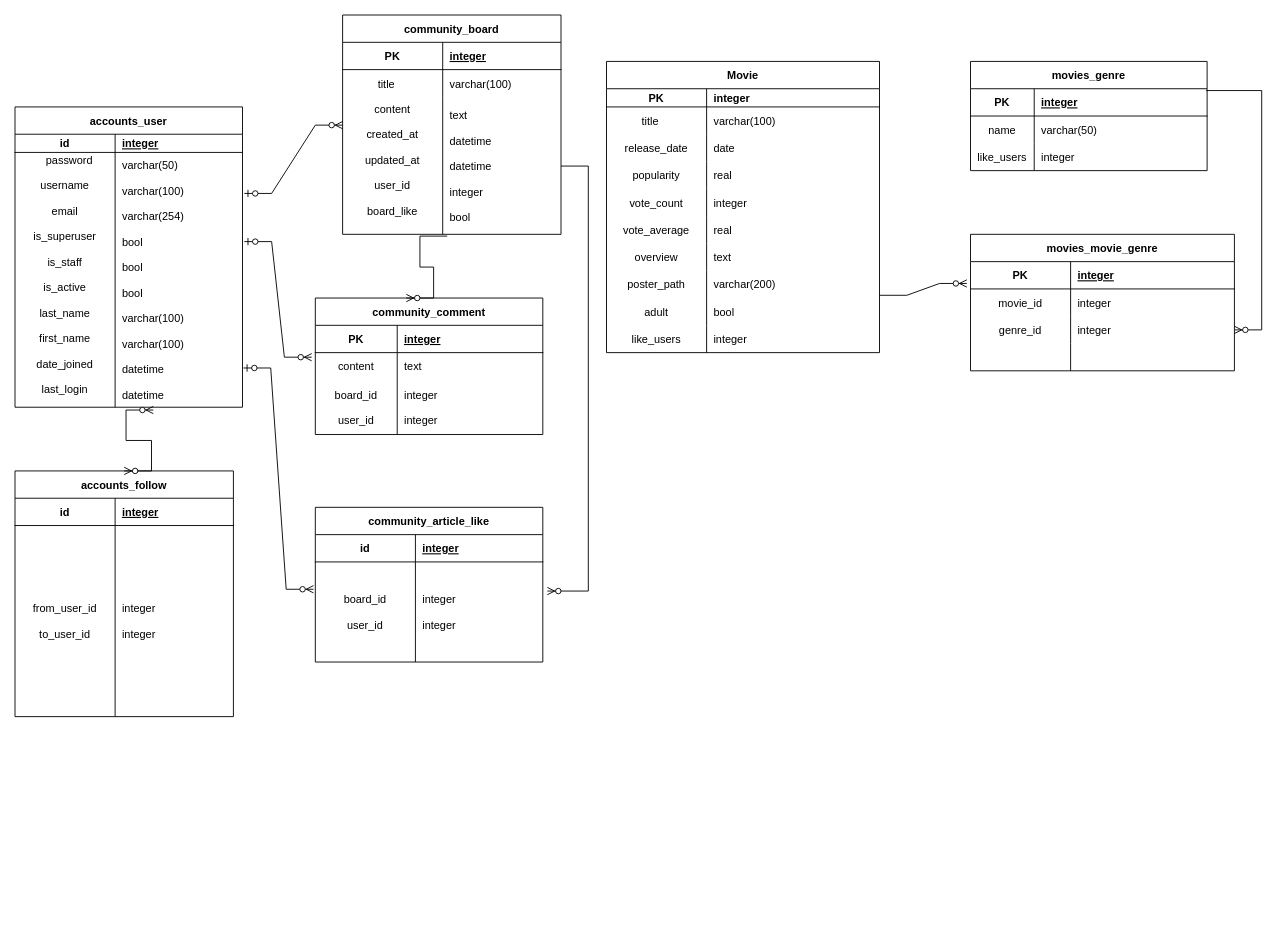
The draw.io diagram 제목 없는 다이어그램.drawio in hunsang-you/algo_prac, before the edit. Source tidied: cells renumbered, new cells numbered last; positions are measured from the earlier drawing's top-left corner, leaving out a move shared by most shapes. Both pictures are drawn from the tidied source at 91%, with x=0, y=0 at pixel (15, 15).
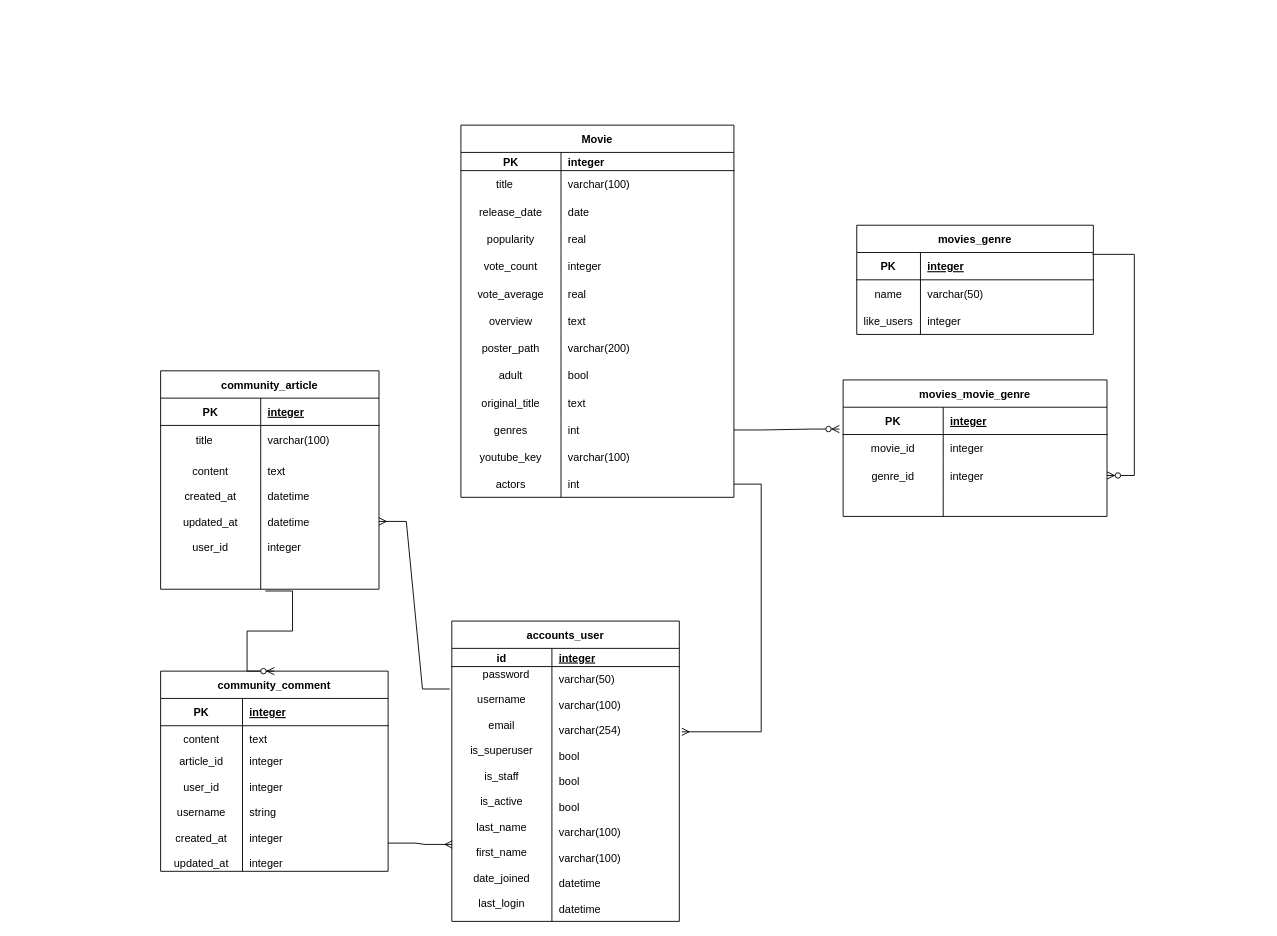
Above is the later version.

Commit message:
제목 없는 다이어그램.drawio 업데이트

The change refers to these unchanged cells:
```xml
<mxCell id="16" style="shape=partialRectangle;fillColor=none;points=[[0,0.5],[1,0.5]];portConstraint=eastwest;top=0;left=0;right=0;bottom=0;" parent="12" vertex="1">
  <mxGeometry y="60" width="250" height="30" as="geometry" />
</mxCell>
<mxCell id="26" style="shape=partialRectangle;fillColor=none;points=[[0,0.5],[1,0.5]];portConstraint=eastwest;top=0;left=0;right=0;bottom=0;" parent="22" vertex="1">
  <mxGeometry y="50" width="250" height="280" as="geometry" />
</mxCell>
<mxCell id="74" style="shape=tableRow;horizontal=0;startSize=0;swimlaneHead=0;swimlaneBody=0;fillColor=none;points=[[0,0.5],[1,0.5]];portConstraint=eastwest;top=0;left=0;right=0;bottom=0;strokeColor=default;fontFamily=Helvetica;fontSize=12;fontColor=default;" parent="49" vertex="1">
  <mxGeometry y="260" width="300" height="30" as="geometry" />
</mxCell>
<mxCell id="77" style="shape=tableRow;horizontal=0;startSize=0;swimlaneHead=0;swimlaneBody=0;fillColor=none;top=0;left=0;right=0;bottom=0;" parent="49" vertex="1">
  <mxGeometry y="290" width="300" height="30" as="geometry" />
</mxCell>
<mxCell id="91" style="shape=tableRow;horizontal=0;startSize=0;swimlaneHead=0;swimlaneBody=0;fillColor=none;points=[[0,0.5],[1,0.5]];portConstraint=eastwest;top=0;left=0;right=0;bottom=1;strokeColor=default;fontFamily=Helvetica;fontSize=12;fontColor=default;" parent="90" vertex="1">
  <mxGeometry y="30" width="290" height="30" as="geometry" />
</mxCell>
```

What changed in the source:
```diff
@@
-    <mxCell id="2" value="community_board" style="shape=table;startSize=30;childLayout=tableLayout;rowLines=0;fontStyle=1;align=center;" parent="1" vertex="1">
-      <mxGeometry x="360" width="240" height="241" as="geometry" />
+    <mxCell id="2" value="community_article" style="shape=table;startSize=30;childLayout=tableLayout;rowLines=0;fontStyle=1;align=center;" parent="1" vertex="1">
+      <mxGeometry x="160" y="391" width="240" height="240" as="geometry" />
     </mxCell>
@@
     <mxCell id="9" style="shape=partialRectangle;fillColor=none;points=[[0,0.5],[1,0.5]];portConstraint=eastwest;top=0;left=0;right=0;bottom=0;" parent="2" vertex="1">
-      <mxGeometry y="91" width="240" height="150" as="geometry" />
+      <mxGeometry y="91" width="240" height="149" as="geometry" />
     </mxCell>
-    <mxCell id="10" value="content&#10;&#10;created_at&#10;&#10;updated_at&#10;&#10;user_id&#10;&#10;board_like&#10;" style="shape=partialRectangle;overflow=hidden;fillColor=none;top=0;left=0;bottom=0;right=0;" parent="9" vertex="1">
-      <mxGeometry width="110" height="150" as="geometry" />
+    <mxCell id="10" value="content&#10;&#10;created_at&#10;&#10;updated_at&#10;&#10;user_id&#10;&#10;" style="shape=partialRectangle;overflow=hidden;fillColor=none;top=0;left=0;bottom=0;right=0;" parent="9" vertex="1">
+      <mxGeometry width="110" height="149" as="geometry" />
     </mxCell>
-    <mxCell id="11" value="text&#10;&#10;datetime&#10;&#10;datetime&#10;&#10;integer&#10;&#10;bool" style="shape=partialRectangle;overflow=hidden;fillColor=none;top=0;left=0;bottom=0;right=0;align=left;spacingLeft=6;" parent="9" vertex="1">
-      <mxGeometry x="110" width="130" height="150" as="geometry" />
+    <mxCell id="11" value="text&#10;&#10;datetime&#10;&#10;datetime&#10;&#10;integer&#10;&#10;" style="shape=partialRectangle;overflow=hidden;fillColor=none;top=0;left=0;bottom=0;right=0;align=left;spacingLeft=6;" parent="9" vertex="1">
+      <mxGeometry x="110" width="130" height="149" as="geometry" />
     </mxCell>
     <mxCell id="12" value="community_comment" style="shape=table;startSize=30;childLayout=tableLayout;rowLines=0;fontStyle=1;align=center;" parent="1" vertex="1">
-      <mxGeometry x="330" y="311" width="250" height="150" as="geometry" />
+      <mxGeometry x="160" y="721" width="250" height="220" as="geometry" />
     </mxCell>
@@
     <mxCell id="19" style="shape=partialRectangle;fillColor=none;top=0;left=0;right=0;bottom=0;" parent="12" vertex="1">
-      <mxGeometry y="90" width="250" height="60" as="geometry" />
+      <mxGeometry y="90" width="250" height="130" as="geometry" />
     </mxCell>
-    <mxCell id="20" value="board_id&#10;&#10;user_id" style="shape=partialRectangle;overflow=hidden;fillColor=none;top=0;left=0;bottom=0;right=0;" parent="19" vertex="1">
-      <mxGeometry width="90" height="60" as="geometry" />
+    <mxCell id="20" value="article_id&#10;&#10;user_id&#10;&#10;username&#10;&#10;created_at&#10;&#10;updated_at" style="shape=partialRectangle;overflow=hidden;fillColor=none;top=0;left=0;bottom=0;right=0;" parent="19" vertex="1">
+      <mxGeometry width="90" height="130" as="geometry" />
     </mxCell>
-    <mxCell id="21" value="integer&#10;&#10;integer" style="shape=partialRectangle;overflow=hidden;fillColor=none;top=0;left=0;bottom=0;right=0;align=left;spacingLeft=6;" parent="19" vertex="1">
-      <mxGeometry x="90" width="160" height="60" as="geometry" />
+    <mxCell id="21" value="integer&#10;&#10;integer&#10;&#10;string&#10;&#10;&#10;&#10;" style="shape=partialRectangle;overflow=hidden;fillColor=none;top=0;left=0;bottom=0;right=0;align=left;spacingLeft=6;" parent="19" vertex="1">
+      <mxGeometry x="90" width="160" height="130" as="geometry" />
     </mxCell>
     <mxCell id="22" value="accounts_user" style="shape=table;startSize=30;childLayout=tableLayout;rowLines=0;fontStyle=1;align=center;" parent="1" vertex="1">
-      <mxGeometry y="101" width="250" height="330" as="geometry" />
+      <mxGeometry x="480" y="666" width="250" height="330" as="geometry" />
     </mxCell>
@@
-    <mxCell id="29" value="accounts_follow" style="shape=table;startSize=30;childLayout=tableLayout;rowLines=0;fontStyle=1;align=center;" parent="1" vertex="1">
-      <mxGeometry y="501" width="240" height="270" as="geometry" />
-    </mxCell>
-    <mxCell id="30" style="shape=partialRectangle;fillColor=none;top=0;left=0;right=0;bottom=1;" parent="29" vertex="1">
-      <mxGeometry y="30" width="240" height="30" as="geometry" />
-    </mxCell>
-    <mxCell id="31" value="id" style="shape=partialRectangle;overflow=hidden;fillColor=none;top=0;left=0;bottom=0;right=0;fontStyle=1;" parent="30" vertex="1">
-      <mxGeometry width="110" height="30" as="geometry" />
-    </mxCell>
-    <mxCell id="32" value="integer" style="shape=partialRectangle;overflow=hidden;fillColor=none;top=0;left=0;bottom=0;right=0;align=left;spacingLeft=6;fontStyle=5;" parent="30" vertex="1">
-      <mxGeometry x="110" width="130" height="30" as="geometry" />
-    </mxCell>
-    <mxCell id="33" style="shape=partialRectangle;fillColor=none;top=0;left=0;right=0;bottom=0;" parent="29" vertex="1">
-      <mxGeometry y="60" width="240" height="210" as="geometry" />
-    </mxCell>
-    <mxCell id="34" value="from_user_id&#10;&#10;to_user_id" style="shape=partialRectangle;overflow=hidden;fillColor=none;top=0;left=0;bottom=0;right=0;" parent="33" vertex="1">
-      <mxGeometry width="110" height="210" as="geometry" />
-    </mxCell>
-    <mxCell id="35" value="integer&#10;&#10;integer" style="shape=partialRectangle;overflow=hidden;fillColor=none;top=0;left=0;bottom=0;right=0;align=left;spacingLeft=6;" parent="33" vertex="1">
-      <mxGeometry x="110" width="130" height="210" as="geometry" />
-    </mxCell>
-    <mxCell id="36" value="community_article_like" style="shape=table;startSize=30;childLayout=tableLayout;rowLines=0;fontStyle=1;align=center;" parent="1" vertex="1">
-      <mxGeometry x="330" y="541" width="250" height="170" as="geometry" />
-    </mxCell>
-    <mxCell id="37" style="shape=partialRectangle;fillColor=none;top=0;left=0;right=0;bottom=1;" parent="36" vertex="1">
-      <mxGeometry y="30" width="250" height="30" as="geometry" />
-    </mxCell>
-    <mxCell id="38" value="id" style="shape=partialRectangle;overflow=hidden;fillColor=none;top=0;left=0;bottom=0;right=0;fontStyle=1;" parent="37" vertex="1">
-      <mxGeometry width="110" height="30" as="geometry" />
-    </mxCell>
-    <mxCell id="39" value="integer" style="shape=partialRectangle;overflow=hidden;fillColor=none;top=0;left=0;bottom=0;right=0;align=left;spacingLeft=6;fontStyle=5;" parent="37" vertex="1">
-      <mxGeometry x="110" width="140" height="30" as="geometry" />
-    </mxCell>
-    <mxCell id="40" style="shape=partialRectangle;fillColor=none;points=[[0,0.5],[1,0.5]];portConstraint=eastwest;top=0;left=0;right=0;bottom=0;" parent="36" vertex="1">
-      <mxGeometry y="60" width="250" height="110" as="geometry" />
-    </mxCell>
-    <mxCell id="41" value="board_id&#10;&#10;user_id" style="shape=partialRectangle;overflow=hidden;fillColor=none;top=0;left=0;bottom=0;right=0;" parent="40" vertex="1">
-      <mxGeometry width="110" height="110" as="geometry" />
-    </mxCell>
-    <mxCell id="42" value="integer&#10;&#10;integer" style="shape=partialRectangle;overflow=hidden;fillColor=none;top=0;left=0;bottom=0;right=0;align=left;spacingLeft=6;" parent="40" vertex="1">
-      <mxGeometry x="110" width="140" height="110" as="geometry" />
-    </mxCell>
-    <mxCell id="43" style="edgeStyle=entityRelationEdgeStyle;fontSize=12;html=1;endArrow=ERzeroToMany;endFill=1;rounded=0;fontFamily=Helvetica;fontColor=default;entryX=1.02;entryY=0.291;entryDx=0;entryDy=0;entryPerimeter=0;" parent="1" edge="1" source="9" target="40">
-      <mxGeometry relative="1" as="geometry" />
-    </mxCell>
-    <mxCell id="44" style="edgeStyle=entityRelationEdgeStyle;fontSize=12;html=1;endArrow=ERzeroToMany;endFill=1;rounded=0;fontFamily=Helvetica;fontColor=default;entryX=0.4;entryY=0;entryDx=0;entryDy=0;exitX=0.479;exitY=1.013;exitDx=0;exitDy=0;exitPerimeter=0;entryPerimeter=0;" parent="1" edge="1" source="9" target="12">
+    <mxCell id="44" style="edgeStyle=entityRelationEdgeStyle;fontSize=12;html=1;endArrow=ERzeroToMany;endFill=1;rounded=0;fontFamily=Helvetica;fontColor=default;exitX=0.479;exitY=1.013;exitDx=0;exitDy=0;exitPerimeter=0;entryX=0.5;entryY=0;entryDx=0;entryDy=0;" parent="1" edge="1" source="9" target="12">
       <mxGeometry relative="1" as="geometry" />
     </mxCell>
-    <mxCell id="45" style="edgeStyle=entityRelationEdgeStyle;fontSize=12;html=1;endArrow=ERzeroToMany;endFill=1;startArrow=ERzeroToMany;rounded=0;fontFamily=Helvetica;fontColor=default;exitX=0.5;exitY=0;exitDx=0;exitDy=0;entryX=0.608;entryY=1.011;entryDx=0;entryDy=0;entryPerimeter=0;" parent="1" edge="1" source="29" target="26">
-      <mxGeometry relative="1" as="geometry" />
-    </mxCell>
-    <mxCell id="46" style="edgeStyle=entityRelationEdgeStyle;fontSize=12;html=1;endArrow=ERzeroToMany;startArrow=ERzeroToOne;rounded=0;fontFamily=Helvetica;fontColor=default;exitX=1.008;exitY=0.161;exitDx=0;exitDy=0;exitPerimeter=0;" parent="1" edge="1" source="26">
-      <mxGeometry relative="1" as="geometry">
-        <mxPoint x="360" y="121" as="targetPoint" />
-      </mxGeometry>
-    </mxCell>
-    <mxCell id="47" style="edgeStyle=entityRelationEdgeStyle;fontSize=12;html=1;endArrow=ERzeroToMany;startArrow=ERzeroToOne;rounded=0;fontFamily=Helvetica;fontColor=default;exitX=1.008;exitY=0.35;exitDx=0;exitDy=0;exitPerimeter=0;entryX=-0.016;entryY=0.167;entryDx=0;entryDy=0;entryPerimeter=0;" parent="1" edge="1" source="26" target="16">
-      <mxGeometry relative="1" as="geometry" />
-    </mxCell>
-    <mxCell id="48" style="edgeStyle=entityRelationEdgeStyle;fontSize=12;html=1;endArrow=ERzeroToMany;startArrow=ERzeroToOne;rounded=0;fontFamily=Helvetica;fontColor=default;entryX=-0.008;entryY=0.273;entryDx=0;entryDy=0;entryPerimeter=0;exitX=1.004;exitY=0.846;exitDx=0;exitDy=0;exitPerimeter=0;" parent="1" edge="1" source="26" target="40">
-      <mxGeometry relative="1" as="geometry" />
-    </mxCell>
     <mxCell id="49" value="Movie" style="shape=table;startSize=30;childLayout=tableLayout;rowLines=0;fontStyle=1;align=center;strokeColor=default;fontFamily=Helvetica;fontSize=12;fontColor=default;fillColor=none;" parent="1" vertex="1">
-      <mxGeometry x="650" y="51" width="300" height="320" as="geometry" />
+      <mxGeometry x="490" y="121" width="300" height="409" as="geometry" />
     </mxCell>
@@
-    <mxCell id="78" value="like_users" style="shape=partialRectangle;fillColor=none;top=0;left=0;bottom=0;right=0;overflow=hidden;" parent="77" vertex="1">
+    <mxCell id="78" value="original_title" style="shape=partialRectangle;fillColor=none;top=0;left=0;bottom=0;right=0;overflow=hidden;" parent="77" vertex="1">
       <mxGeometry width="110" height="30" as="geometry" />
     </mxCell>
-    <mxCell id="79" value="integer" style="shape=partialRectangle;fillColor=none;top=0;left=0;bottom=0;right=0;align=left;spacingLeft=6;overflow=hidden;" parent="77" vertex="1">
+    <mxCell id="79" value="text" style="shape=partialRectangle;fillColor=none;top=0;left=0;bottom=0;right=0;align=left;spacingLeft=6;overflow=hidden;" parent="77" vertex="1">
       <mxGeometry x="110" width="190" height="30" as="geometry" />
     </mxCell>
+    <mxCell id="105" style="shape=tableRow;horizontal=0;startSize=0;swimlaneHead=0;swimlaneBody=0;fillColor=none;points=[[0,0.5],[1,0.5]];portConstraint=eastwest;top=0;left=0;right=0;bottom=0;" parent="49" vertex="1">
+      <mxGeometry y="320" width="300" height="30" as="geometry" />
+    </mxCell>
+    <mxCell id="106" value="genres" style="shape=partialRectangle;fillColor=none;top=0;left=0;bottom=0;right=0;overflow=hidden;" parent="105" vertex="1">
+      <mxGeometry width="110" height="30" as="geometry" />
+    </mxCell>
+    <mxCell id="107" value="int" style="shape=partialRectangle;fillColor=none;top=0;left=0;bottom=0;right=0;align=left;spacingLeft=6;overflow=hidden;" parent="105" vertex="1">
+      <mxGeometry x="110" width="190" height="30" as="geometry" />
+    </mxCell>
+    <mxCell id="108" style="shape=tableRow;horizontal=0;startSize=0;swimlaneHead=0;swimlaneBody=0;fillColor=none;top=0;left=0;right=0;bottom=0;" parent="49" vertex="1">
+      <mxGeometry y="350" width="300" height="30" as="geometry" />
+    </mxCell>
+    <mxCell id="109" value="youtube_key" style="shape=partialRectangle;fillColor=none;top=0;left=0;bottom=0;right=0;overflow=hidden;" parent="108" vertex="1">
+      <mxGeometry width="110" height="30" as="geometry" />
+    </mxCell>
+    <mxCell id="110" value="varchar(100)" style="shape=partialRectangle;fillColor=none;top=0;left=0;bottom=0;right=0;align=left;spacingLeft=6;overflow=hidden;" parent="108" vertex="1">
+      <mxGeometry x="110" width="190" height="30" as="geometry" />
+    </mxCell>
+    <mxCell id="111" style="shape=tableRow;horizontal=0;startSize=0;swimlaneHead=0;swimlaneBody=0;fillColor=none;points=[[0,0.5],[1,0.5]];portConstraint=eastwest;top=0;left=0;right=0;bottom=0;" parent="49" vertex="1">
+      <mxGeometry y="380" width="300" height="29" as="geometry" />
+    </mxCell>
+    <mxCell id="112" value="actors" style="shape=partialRectangle;fillColor=none;top=0;left=0;bottom=0;right=0;overflow=hidden;" parent="111" vertex="1">
+      <mxGeometry width="110" height="29" as="geometry" />
+    </mxCell>
+    <mxCell id="113" value="int" style="shape=partialRectangle;fillColor=none;top=0;left=0;bottom=0;right=0;align=left;spacingLeft=6;overflow=hidden;" parent="111" vertex="1">
+      <mxGeometry x="110" width="190" height="29" as="geometry" />
+    </mxCell>
     <mxCell id="80" value="movies_genre" style="shape=table;startSize=30;childLayout=tableLayout;rowLines=0;fontStyle=1;align=center;strokeColor=default;fontFamily=Helvetica;fontSize=12;fontColor=default;fillColor=none;" parent="1" vertex="1">
-      <mxGeometry x="1050" y="51" width="260" height="120" as="geometry" />
+      <mxGeometry x="925" y="231" width="260" height="120" as="geometry" />
     </mxCell>
@@
     <mxCell id="90" value="movies_movie_genre" style="shape=table;startSize=30;childLayout=tableLayout;rowLines=0;fontStyle=1;align=center;strokeColor=default;fontFamily=Helvetica;fontSize=12;fontColor=default;fillColor=none;" parent="1" vertex="1">
-      <mxGeometry x="1050" y="241" width="290" height="150" as="geometry" />
+      <mxGeometry x="910" y="401" width="290" height="150" as="geometry" />
     </mxCell>
@@
-    <mxCell id="103" style="edgeStyle=entityRelationEdgeStyle;fontSize=12;html=1;endArrow=ERzeroToMany;endFill=1;rounded=0;fontFamily=Helvetica;fontColor=default;entryX=-0.014;entryY=0.8;entryDx=0;entryDy=0;entryPerimeter=0;exitX=1;exitY=-0.1;exitDx=0;exitDy=0;exitPerimeter=0;" parent="1" edge="1" source="74" target="91">
+    <mxCell id="103" style="edgeStyle=entityRelationEdgeStyle;fontSize=12;html=1;endArrow=ERzeroToMany;endFill=1;rounded=0;fontFamily=Helvetica;fontColor=default;entryX=-0.014;entryY=0.8;entryDx=0;entryDy=0;entryPerimeter=0;exitX=1;exitY=0.5;exitDx=0;exitDy=0;" parent="1" edge="1" source="105" target="91">
       <mxGeometry relative="1" as="geometry" />
     </mxCell>
@@
+    <mxCell id="114" value="&#10;integer&#10;&#10;integer" style="shape=partialRectangle;overflow=hidden;fillColor=none;top=0;left=0;bottom=0;right=0;align=left;spacingLeft=6;" parent="1" vertex="1">
+      <mxGeometry x="250" y="881" width="160" height="60" as="geometry" />
+    </mxCell>
+    <mxCell id="115" style="edgeStyle=entityRelationEdgeStyle;fontSize=12;html=1;endArrow=ERmany;rounded=0;entryX=1;entryY=0.5;entryDx=0;entryDy=0;exitX=-0.009;exitY=0.088;exitDx=0;exitDy=0;exitPerimeter=0;" parent="1" edge="1" source="26" target="9">
+      <mxGeometry relative="1" as="geometry" />
+    </mxCell>
+    <mxCell id="116" style="edgeStyle=entityRelationEdgeStyle;fontSize=12;html=1;endArrow=ERmany;rounded=0;entryX=1.011;entryY=0.256;entryDx=0;entryDy=0;entryPerimeter=0;" parent="1" edge="1" source="111" target="26">
+      <mxGeometry relative="1" as="geometry" />
+    </mxCell>
+    <mxCell id="117" style="edgeStyle=entityRelationEdgeStyle;fontSize=12;html=1;endArrow=ERmany;rounded=0;entryX=0.002;entryY=0.698;entryDx=0;entryDy=0;entryPerimeter=0;" parent="1" edge="1" target="26">
+      <mxGeometry relative="1" as="geometry">
+        <mxPoint x="410" y="910" as="sourcePoint" />
+      </mxGeometry>
+    </mxCell>
```
